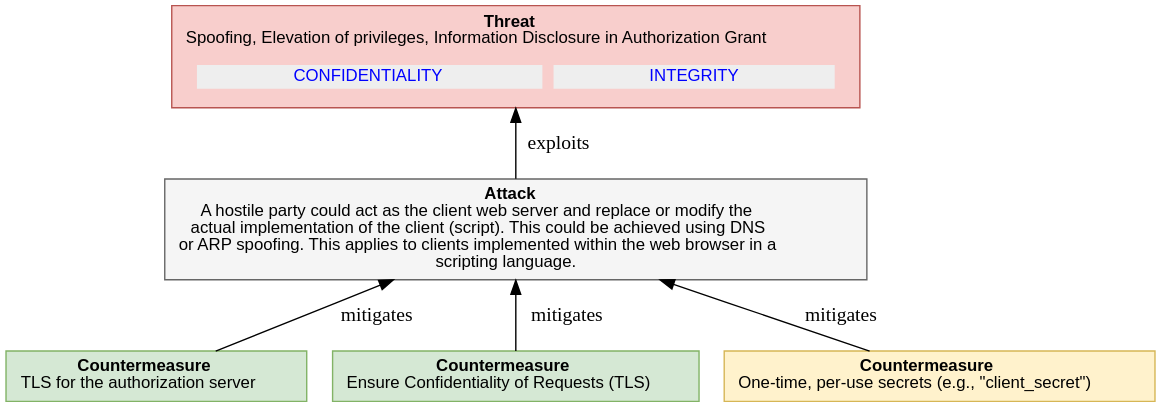
Above: report-examples/OAuth2/img/threatTree/4_4_2_4_MANIPULATION_SCRIPTS.svg in DavidCervigni/threat-models (PlantUML), before the change. Its source is kept beside it as report-examples/OAuth2/img/threatTree/4_4_2_4_MANIPULATION_SCRIPTS.puml.
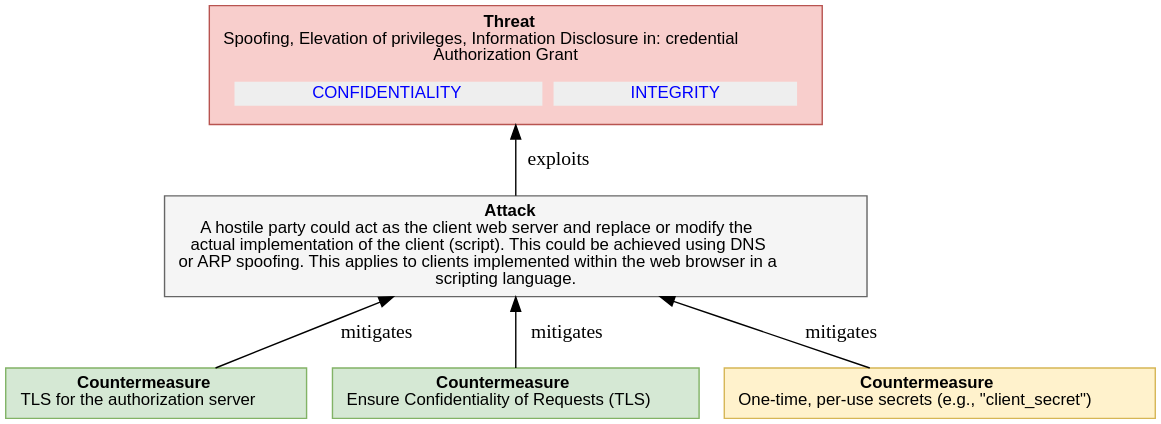
Above is the later version.

What changed in the source:
```diff
@@ -7,7 +7,7 @@
     <<table border="0" cellborder="0" cellspacing="0">
      <tr><td align="center"><b>Threat</b><br/>
 
-Spoofing, Elevation of privileges, Information Disclosure in Authorization Grant
+Spoofing, Elevation of privileges, Information Disclosure in: credential<br/>Authorization Grant
 </td></tr>
      <tr><td><table border="0" cellborder="0" cellspacing="8"><tr>
                 ret += secObj.linkedImpactMDText()
```
